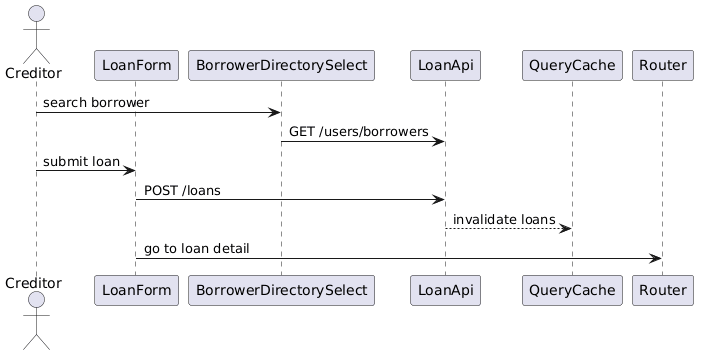
QuinntyneBrown/LendQ keeps this PlantUML diagram as docs/detailed-designs/diagrams/rendered/fe_seq_create_loan.png. Above is the earlier version.
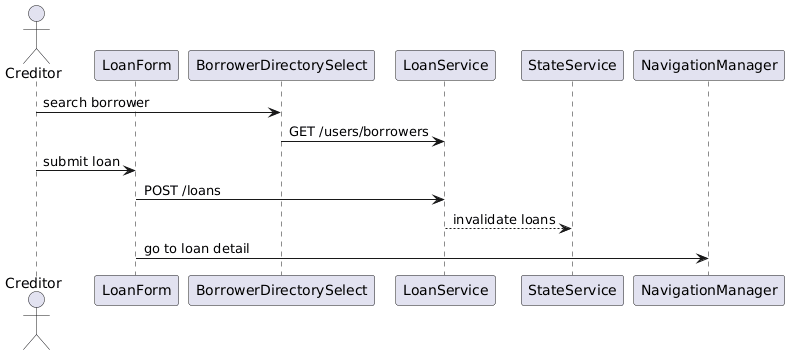
After the commit.

The edit, as a diff of the source:
```diff
@@ -2,14 +2,14 @@
 actor Creditor
 participant LoanForm
 participant BorrowerDirectorySelect
-participant LoanApi
-participant QueryCache
-participant Router
+participant LoanService
+participant StateService
+participant NavigationManager
 
 Creditor -> BorrowerDirectorySelect : search borrower
-BorrowerDirectorySelect -> LoanApi : GET /users/borrowers
+BorrowerDirectorySelect -> LoanService : GET /users/borrowers
 Creditor -> LoanForm : submit loan
-LoanForm -> LoanApi : POST /loans
-LoanApi --> QueryCache : invalidate loans
-LoanForm -> Router : go to loan detail
+LoanForm -> LoanService : POST /loans
+LoanService --> StateService : invalidate loans
+LoanForm -> NavigationManager : go to loan detail
 @enduml
```
